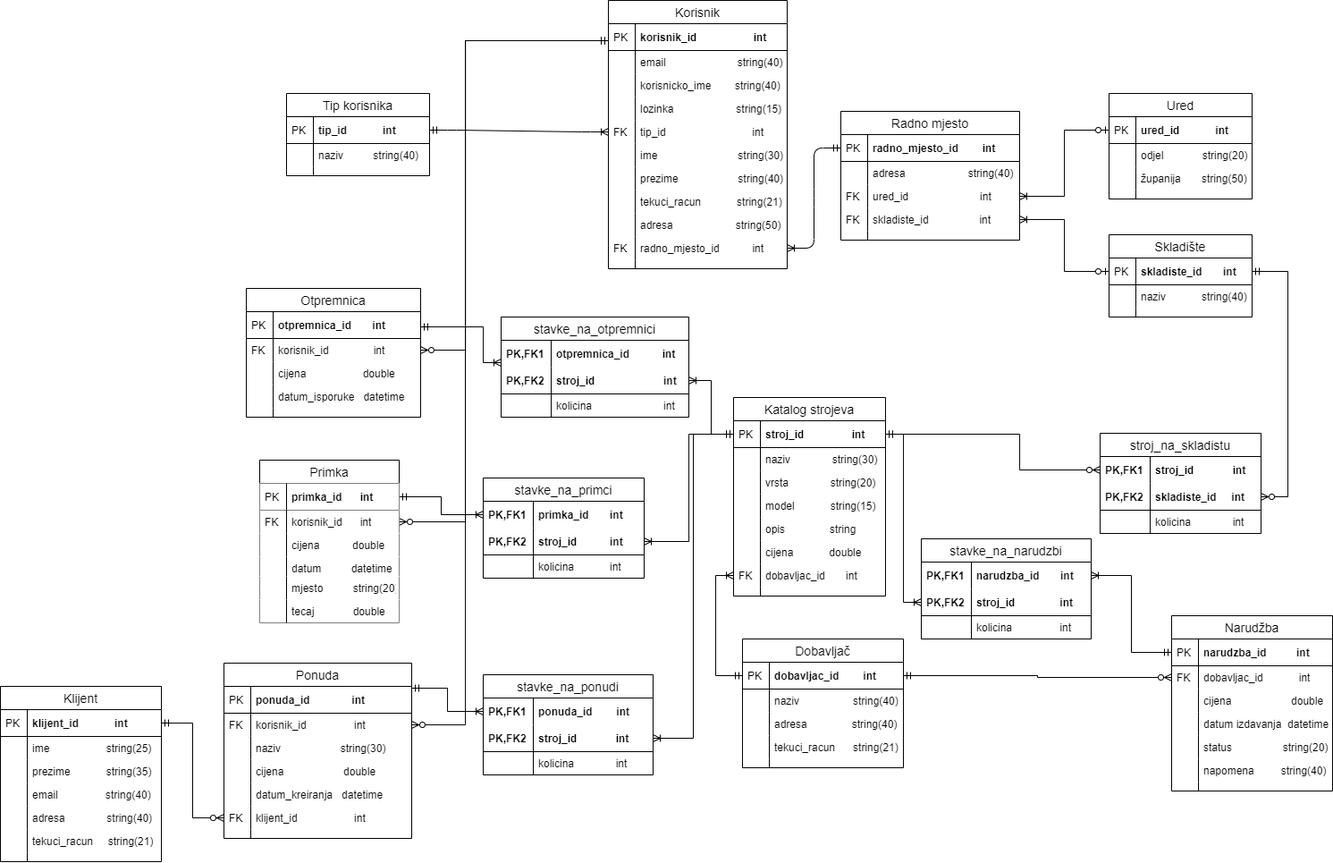
Before: Documentation/ERA/ERA-e-Agro.png, a diagram exported from draw.io (foivz/r20--kkolak-imartinov-smartinov). Source tidied: cells renumbered, new cells last; positions are measured from the earlier drawing's top-left corner, leaving out a move shared by most shapes.
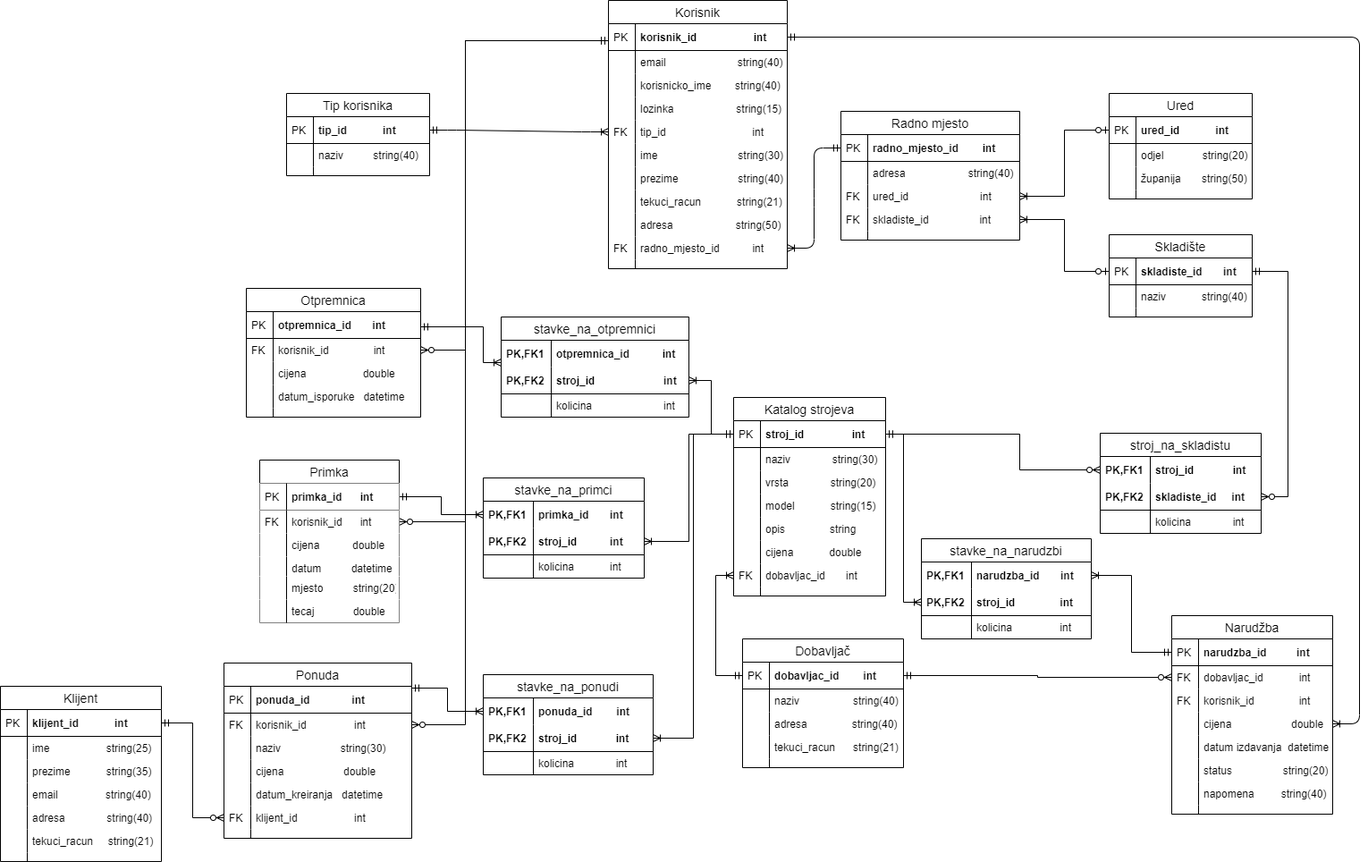
After the commit.

Commit message:
ERA-e-Agro i ERA-e-Agro_ALen update

What changed in the source:
```diff
@@ -581,7 +581,7 @@
       <mxGeometry width="30" height="10" as="geometry" />
     </mxCell>
     <mxCell id="183" value="Narudžba" style="swimlane;fontStyle=0;horizontal=1;startSize=26;align=center;fontSize=14;" parent="1" vertex="1">
-      <mxGeometry x="1310" y="688" width="180" height="196" as="geometry" />
+      <mxGeometry x="1310" y="688" width="180" height="222" as="geometry" />
     </mxCell>
     <mxCell id="184" value="narudzba_id          int" style="shape=partialRectangle;top=0;left=0;right=0;bottom=1;align=left;verticalAlign=middle;fillColor=none;spacingLeft=34;spacingRight=4;overflow=hidden;points=[[0,0.5],[1,0.5]];portConstraint=eastwest;fontStyle=1;fontSize=12;" parent="183" vertex="1">
       <mxGeometry y="26" width="180" height="30" as="geometry" />
@@ -595,32 +595,38 @@
     <mxCell id="187" value="FK" style="shape=partialRectangle;top=0;left=0;bottom=0;fillColor=none;align=left;verticalAlign=top;spacingLeft=4;spacingRight=4;overflow=hidden;fontSize=12;" parent="186" vertex="1">
       <mxGeometry width="30" height="26" as="geometry" />
     </mxCell>
+    <mxCell id="211" value="korisnik_id               int" style="shape=partialRectangle;top=0;left=0;right=0;bottom=0;align=left;verticalAlign=top;fillColor=none;spacingLeft=34;spacingRight=4;overflow=hidden;fontSize=12;" parent="183" vertex="1">
+      <mxGeometry y="82" width="180" height="26" as="geometry" />
+    </mxCell>
+    <mxCell id="212" value="FK" style="shape=partialRectangle;top=0;left=0;bottom=0;fillColor=none;align=left;verticalAlign=top;spacingLeft=4;spacingRight=4;overflow=hidden;fontSize=12;" parent="211" vertex="1">
+      <mxGeometry width="30" height="26" as="geometry" />
+    </mxCell>
     <mxCell id="188" value="cijena                    double" style="shape=partialRectangle;top=0;left=0;right=0;bottom=0;align=left;verticalAlign=top;fillColor=none;spacingLeft=34;spacingRight=4;overflow=hidden;points=[[0,0.5],[1,0.5]];portConstraint=eastwest;fontSize=12;" parent="183" vertex="1">
-      <mxGeometry y="82" width="180" height="26" as="geometry" />
+      <mxGeometry y="108" width="180" height="26" as="geometry" />
     </mxCell>
     <mxCell id="189" style="shape=partialRectangle;top=0;left=0;bottom=0;fillColor=none;align=left;verticalAlign=top;spacingLeft=4;spacingRight=4;overflow=hidden;fontSize=12;" parent="188" vertex="1">
       <mxGeometry width="30" height="26" as="geometry" />
     </mxCell>
     <mxCell id="190" value="datum izdavanja  datetime" style="shape=partialRectangle;top=0;left=0;right=0;bottom=0;align=left;verticalAlign=top;fillColor=none;spacingLeft=34;spacingRight=4;overflow=hidden;fontSize=12;" parent="183" vertex="1">
-      <mxGeometry y="108" width="180" height="26" as="geometry" />
+      <mxGeometry y="134" width="180" height="26" as="geometry" />
     </mxCell>
     <mxCell id="191" style="shape=partialRectangle;top=0;left=0;bottom=0;fillColor=none;align=left;verticalAlign=top;spacingLeft=4;spacingRight=4;overflow=hidden;fontSize=12;" parent="190" vertex="1">
       <mxGeometry width="30" height="26" as="geometry" />
     </mxCell>
     <mxCell id="192" value="status                 string(20)" style="shape=partialRectangle;top=0;left=0;right=0;bottom=0;align=left;verticalAlign=top;fillColor=none;spacingLeft=34;spacingRight=4;overflow=hidden;fontSize=12;" parent="183" vertex="1">
-      <mxGeometry y="134" width="180" height="26" as="geometry" />
+      <mxGeometry y="160" width="180" height="26" as="geometry" />
     </mxCell>
     <mxCell id="193" style="shape=partialRectangle;top=0;left=0;bottom=0;fillColor=none;align=left;verticalAlign=top;spacingLeft=4;spacingRight=4;overflow=hidden;fontSize=12;" parent="192" vertex="1">
       <mxGeometry width="30" height="26" as="geometry" />
     </mxCell>
     <mxCell id="194" value="napomena         string(40)" style="shape=partialRectangle;top=0;left=0;right=0;bottom=0;align=left;verticalAlign=top;fillColor=none;spacingLeft=34;spacingRight=4;overflow=hidden;fontSize=12;" parent="183" vertex="1">
-      <mxGeometry y="160" width="180" height="26" as="geometry" />
+      <mxGeometry y="186" width="180" height="26" as="geometry" />
     </mxCell>
     <mxCell id="195" style="shape=partialRectangle;top=0;left=0;bottom=0;fillColor=none;align=left;verticalAlign=top;spacingLeft=4;spacingRight=4;overflow=hidden;fontSize=12;" parent="194" vertex="1">
       <mxGeometry width="30" height="26" as="geometry" />
     </mxCell>
     <mxCell id="196" style="shape=partialRectangle;top=0;left=0;right=0;bottom=0;align=left;verticalAlign=top;fillColor=none;spacingLeft=34;spacingRight=4;overflow=hidden;fontSize=12;" parent="183" vertex="1">
-      <mxGeometry y="186" width="180" height="10" as="geometry" />
+      <mxGeometry y="212" width="180" height="10" as="geometry" />
     </mxCell>
     <mxCell id="197" style="shape=partialRectangle;top=0;left=0;bottom=0;fillColor=none;align=left;verticalAlign=top;spacingLeft=4;spacingRight=4;overflow=hidden;fontSize=12;" parent="196" vertex="1">
       <mxGeometry width="30" height="10" as="geometry" />
@@ -664,5 +670,8 @@
     <mxCell id="210" style="shape=partialRectangle;top=0;left=0;bottom=0;fillColor=none;align=left;verticalAlign=top;spacingLeft=4;spacingRight=4;overflow=hidden;fontSize=12;" parent="209" vertex="1">
       <mxGeometry width="30" height="26" as="geometry" />
     </mxCell>
+    <mxCell id="213" style="edgeStyle=entityRelationEdgeStyle;fontSize=12;html=1;endArrow=ERmandOne;endFill=0;startArrow=ERoneToMany;startFill=0;exitX=1;exitY=0.5;exitDx=0;exitDy=0;" parent="1" edge="1" source="188" target="10">
+      <mxGeometry relative="1" as="geometry" />
+    </mxCell>
   </root>
 </mxGraphModel>
```
